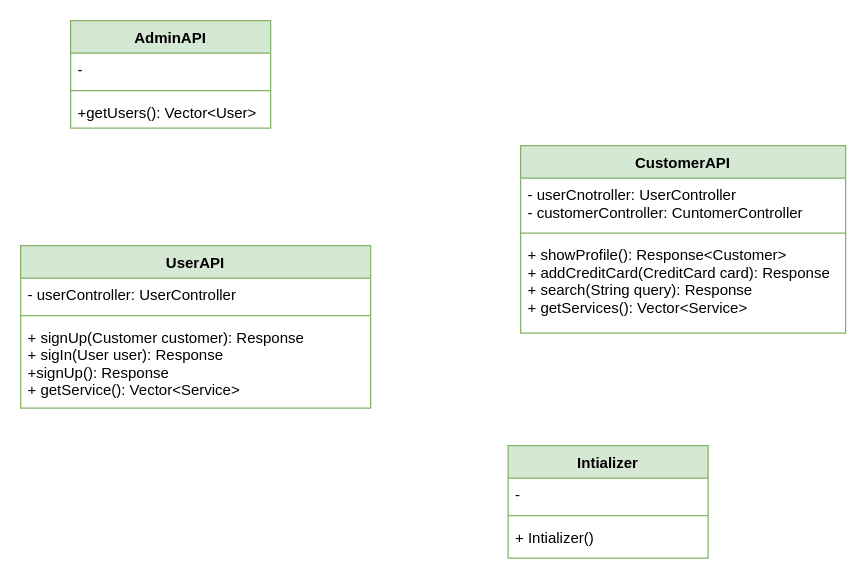
mazenhesham17/EPayment keeps this draw.io diagram as page "API" (2 of 15) of Untitled Diagram.drawio. Above is the earlier version. Source tidied: cells renumbered, new cells numbered last; positions are measured from the earlier drawing's top-left corner, leaving out a move shared by most shapes. Both pictures are drawn from the tidied source at 125%, with x=0, y=0 at pixel (20, 20).
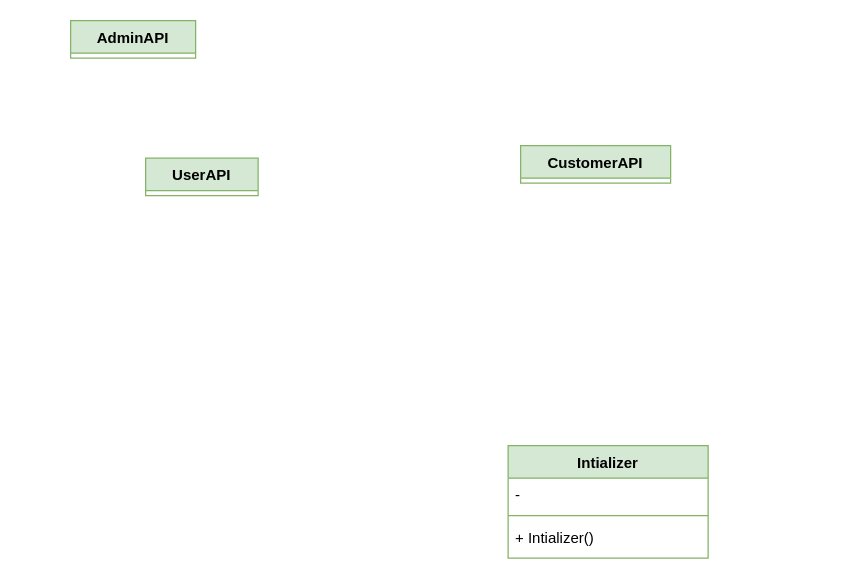
The same page after the edit.

Diff of the diagram source:
```diff
@@
 <mxGraphModel>
   <root>
     <mxCell id="0" />
     <mxCell id="1" parent="0" />
-    <mxCell id="2" value="AdminAPI&#10;" style="swimlane;fontStyle=1;align=center;verticalAlign=top;horizontal=1;startSize=26;fillColor=#d5e8d4;strokeColor=#82b366;" parent="1" vertex="1">
-      <mxGeometry x="40" width="160" height="86" as="geometry" />
+    <mxCell id="2" value="AdminAPI&#10;" style="swimlane;fontStyle=1;align=center;verticalAlign=top;horizontal=1;startSize=26;fillColor=#d5e8d4;strokeColor=#82b366;" parent="1" vertex="1" collapsed="1">
+      <mxGeometry x="40" width="100" height="30" as="geometry" />
     </mxCell>
-    <mxCell id="3" value="-" style="text;strokeColor=none;fillColor=none;align=left;verticalAlign=top;spacingLeft=4;spacingRight=4;overflow=hidden;" parent="2" vertex="1">
-      <mxGeometry y="26" width="160" height="26" as="geometry" />
-    </mxCell>
-    <mxCell id="4" style="line;strokeWidth=1;fillColor=none;align=left;verticalAlign=middle;spacingTop=-1;spacingLeft=3;spacingRight=3;labelPosition=right;strokeColor=inherit;" parent="2" vertex="1">
-      <mxGeometry y="52" width="160" height="8" as="geometry" />
-    </mxCell>
-    <mxCell id="5" value="+getUsers(): Vector&lt;User&gt;" style="text;strokeColor=none;fillColor=none;align=left;verticalAlign=top;spacingLeft=4;spacingRight=4;overflow=hidden;" parent="2" vertex="1">
-      <mxGeometry y="60" width="160" height="26" as="geometry" />
-    </mxCell>
-    <mxCell id="6" value="CustomerAPI" style="swimlane;fontStyle=1;align=center;verticalAlign=top;horizontal=1;startSize=26;fillColor=#d5e8d4;strokeColor=#82b366;" parent="1" vertex="1">
-      <mxGeometry x="400" y="100" width="260" height="150" as="geometry" />
+    <mxCell id="6" value="CustomerAPI" style="swimlane;fontStyle=1;align=center;verticalAlign=top;horizontal=1;startSize=26;fillColor=#d5e8d4;strokeColor=#82b366;" parent="1" vertex="1" collapsed="1">
+      <mxGeometry x="400" y="100" width="120" height="30" as="geometry" />
     </mxCell>
-    <mxCell id="7" value="- userCnotroller: UserController&#10;- customerController: CuntomerController" style="text;strokeColor=none;fillColor=none;align=left;verticalAlign=top;spacingLeft=4;spacingRight=4;overflow=hidden;" parent="6" vertex="1">
-      <mxGeometry y="26" width="260" height="40" as="geometry" />
-    </mxCell>
-    <mxCell id="8" style="line;strokeWidth=1;fillColor=none;align=left;verticalAlign=middle;spacingTop=-1;spacingLeft=3;spacingRight=3;labelPosition=right;strokeColor=inherit;" parent="6" vertex="1">
-      <mxGeometry y="66" width="260" height="8" as="geometry" />
-    </mxCell>
-    <mxCell id="9" value="+ showProfile(): Response&lt;Customer&gt;&#10;+ addCreditCard(CreditCard card): Response&#10;+ search(String query): Response&#10;+ getServices(): Vector&lt;Service&gt;" style="text;strokeColor=none;fillColor=none;align=left;verticalAlign=top;spacingLeft=4;spacingRight=4;overflow=hidden;" parent="6" vertex="1">
-      <mxGeometry y="74" width="260" height="76" as="geometry" />
-    </mxCell>
-    <mxCell id="10" value="UserAPI" style="swimlane;fontStyle=1;align=center;verticalAlign=top;horizontal=1;startSize=26;fillColor=#d5e8d4;strokeColor=#82b366;" parent="1" vertex="1">
-      <mxGeometry y="180" width="280" height="130" as="geometry" />
+    <mxCell id="10" value="UserAPI" style="swimlane;fontStyle=1;align=center;verticalAlign=top;horizontal=1;startSize=26;fillColor=#d5e8d4;strokeColor=#82b366;" parent="1" vertex="1" collapsed="1">
+      <mxGeometry x="100" y="110" width="90" height="30" as="geometry" />
     </mxCell>
-    <mxCell id="11" value="- userController: UserController" style="text;strokeColor=none;fillColor=none;align=left;verticalAlign=top;spacingLeft=4;spacingRight=4;overflow=hidden;" parent="10" vertex="1">
-      <mxGeometry y="26" width="280" height="26" as="geometry" />
-    </mxCell>
-    <mxCell id="12" style="line;strokeWidth=1;fillColor=none;align=left;verticalAlign=middle;spacingTop=-1;spacingLeft=3;spacingRight=3;labelPosition=right;strokeColor=inherit;" parent="10" vertex="1">
-      <mxGeometry y="52" width="280" height="8" as="geometry" />
-    </mxCell>
-    <mxCell id="13" value="+ signUp(Customer customer): Response&#10;+ sigIn(User user): Response&#10;+signUp(): Response&#10;+ getService(): Vector&lt;Service&gt;&#10;&#10;&#10;" style="text;strokeColor=none;fillColor=none;align=left;verticalAlign=top;spacingLeft=4;spacingRight=4;overflow=hidden;" parent="10" vertex="1">
-      <mxGeometry y="60" width="280" height="70" as="geometry" />
-    </mxCell>
     <mxCell id="14" value="Intializer" style="swimlane;fontStyle=1;align=center;verticalAlign=top;horizontal=1;startSize=26;fillColor=#d5e8d4;strokeColor=#82b366;" parent="1" vertex="1">
       <mxGeometry x="390" y="340" width="160" height="90" as="geometry" />
     </mxCell>
     <mxCell id="15" value="-" style="text;strokeColor=none;fillColor=none;align=left;verticalAlign=top;spacingLeft=4;spacingRight=4;overflow=hidden;" parent="14" vertex="1">
       <mxGeometry y="26" width="160" height="26" as="geometry" />
     </mxCell>
     <mxCell id="16" style="line;strokeWidth=1;fillColor=none;align=left;verticalAlign=middle;spacingTop=-1;spacingLeft=3;spacingRight=3;labelPosition=right;strokeColor=inherit;" parent="14" vertex="1">
       <mxGeometry y="52" width="160" height="8" as="geometry" />
     </mxCell>
     <mxCell id="17" value="+ Intializer()&#10;" style="text;strokeColor=none;fillColor=none;align=left;verticalAlign=top;spacingLeft=4;spacingRight=4;overflow=hidden;" parent="14" vertex="1">
       <mxGeometry y="60" width="160" height="30" as="geometry" />
     </mxCell>
   </root>
 </mxGraphModel>
```
